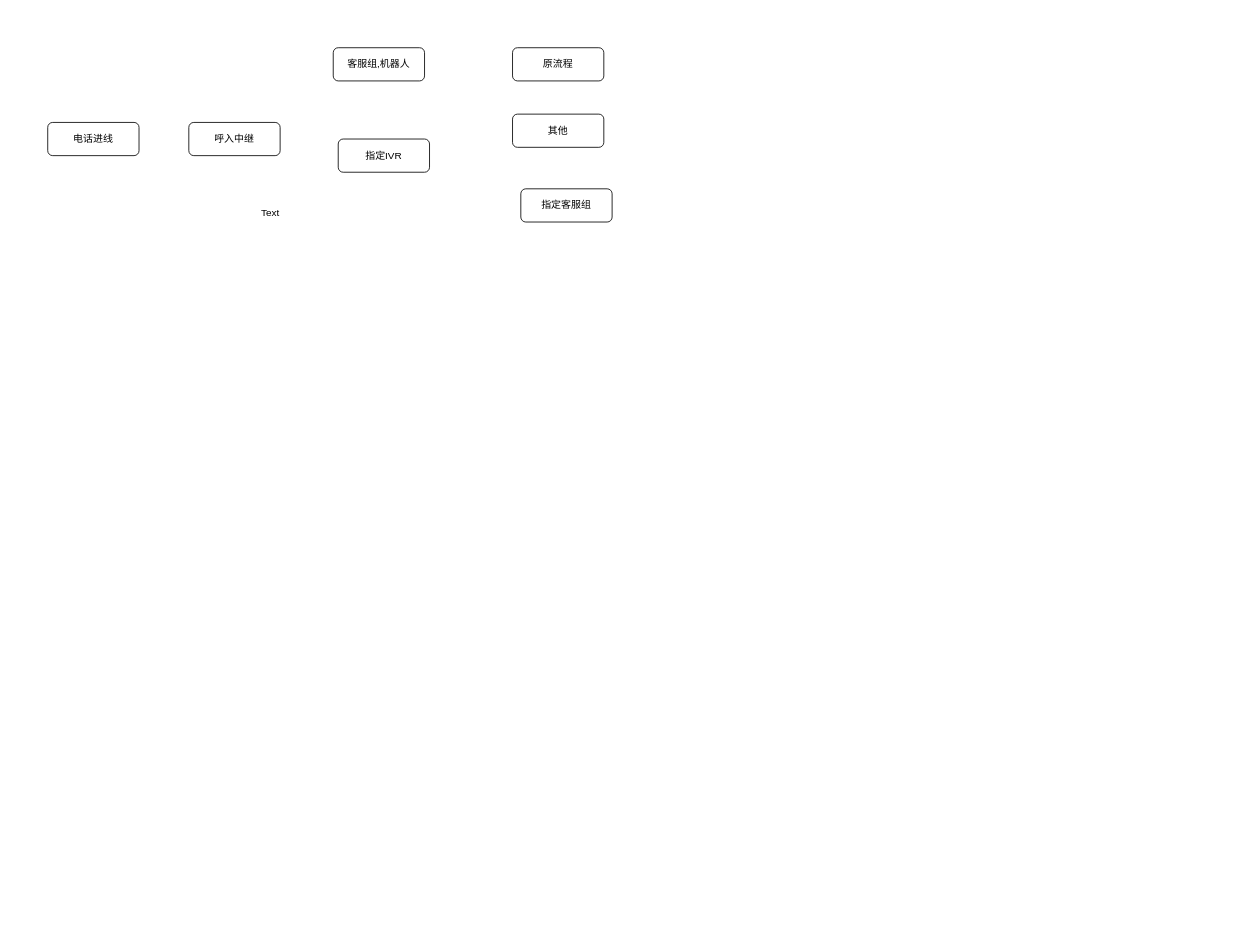
sw4655315/drawio keeps this draw.io diagram as 讯飞ai流程图5.10版本.drawio. Above is the earlier version. Source tidied: cells renumbered, new cells numbered last; positions are measured from the earlier drawing's top-left corner, leaving out a move shared by most shapes. Both pictures are drawn from the tidied source at 83%, with x=0, y=0 at pixel (47, 47).
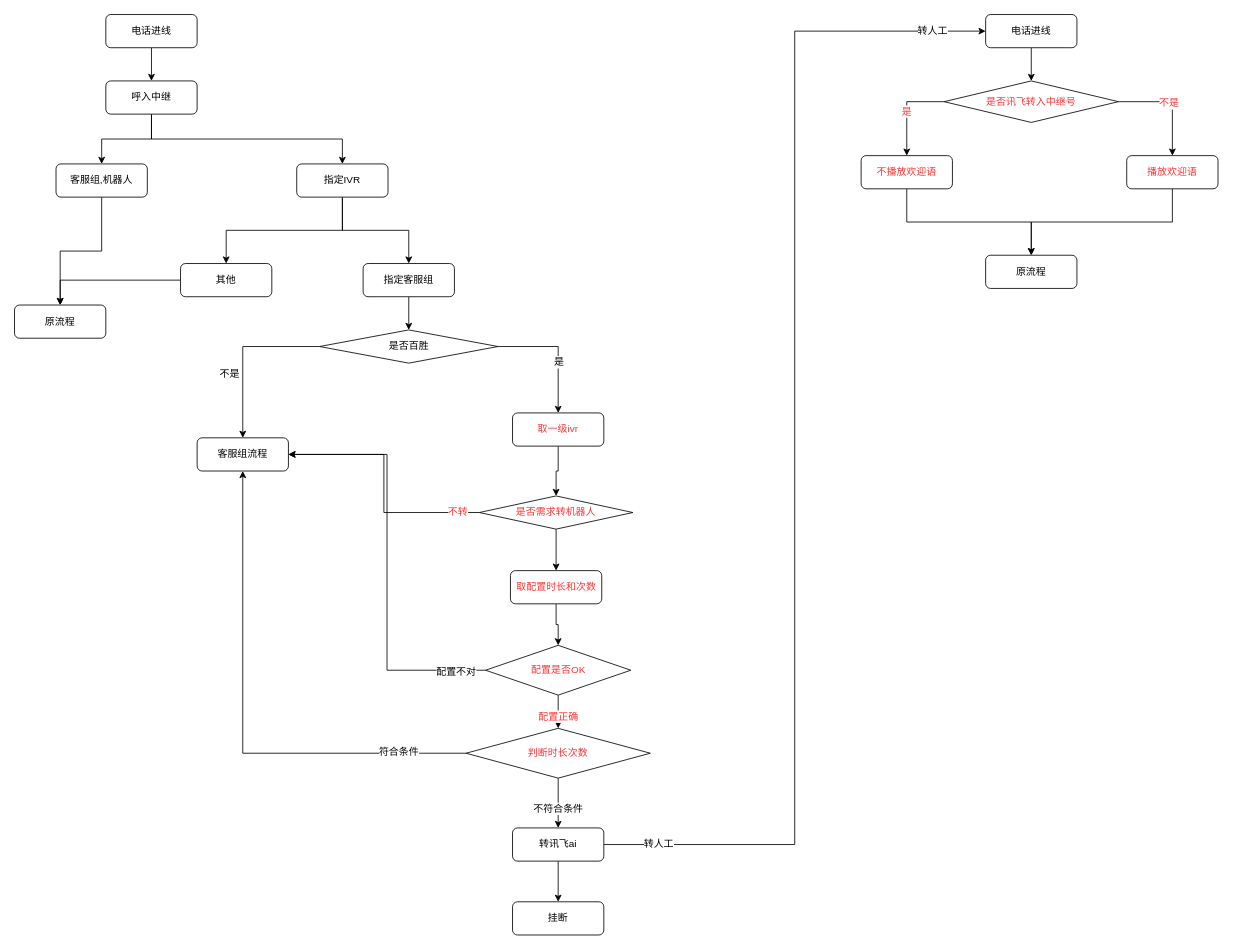
Above is the later version.

Commit message:
更新讯飞ai流程图5.10版本.drawio

Diff of the diagram source:
```diff
@@
+    <mxCell id="10" style="edgeStyle=orthogonalEdgeStyle;rounded=0;jettySize=auto;html=1;entryX=0.5;entryY=0;entryDx=0;entryDy=0;" parent="1" edge="1" source="2" target="3">
+      <mxGeometry relative="1" as="geometry" />
+    </mxCell>
     <mxCell id="2" value="电话进线" style="rounded=1;whiteSpace=wrap;html=1;" parent="1" vertex="1">
-      <mxGeometry y="90" width="110" height="40" as="geometry" />
+      <mxGeometry x="70" y="-40" width="110" height="40" as="geometry" />
     </mxCell>
+    <mxCell id="11" style="edgeStyle=orthogonalEdgeStyle;rounded=0;jettySize=auto;html=1;entryX=0.5;entryY=0;entryDx=0;entryDy=0;" parent="1" edge="1" source="3" target="4">
+      <mxGeometry relative="1" as="geometry" />
+    </mxCell>
+    <mxCell id="12" style="edgeStyle=orthogonalEdgeStyle;rounded=0;jettySize=auto;html=1;exitX=0.5;exitY=1;exitDx=0;exitDy=0;" parent="1" edge="1" source="3" target="5">
+      <mxGeometry relative="1" as="geometry" />
+    </mxCell>
     <mxCell id="3" value="呼入中继" style="rounded=1;whiteSpace=wrap;html=1;imageWidth=18;" parent="1" vertex="1">
-      <mxGeometry x="170" y="90" width="110" height="40" as="geometry" />
+      <mxGeometry x="70" y="40" width="110" height="40" as="geometry" />
     </mxCell>
+    <mxCell id="13" style="edgeStyle=orthogonalEdgeStyle;rounded=0;jettySize=auto;html=1;" parent="1" edge="1" source="4" target="6">
+      <mxGeometry relative="1" as="geometry" />
+    </mxCell>
     <mxCell id="4" value="客服组,机器人" style="rounded=1;whiteSpace=wrap;html=1;imageWidth=18;" parent="1" vertex="1">
-      <mxGeometry x="344" width="110" height="40" as="geometry" />
+      <mxGeometry x="10" y="140" width="110" height="40" as="geometry" />
     </mxCell>
+    <mxCell id="14" style="rounded=0;jettySize=auto;html=1;entryX=0.5;entryY=0;entryDx=0;entryDy=0;exitX=0.5;exitY=1;exitDx=0;exitDy=0;edgeStyle=orthogonalEdgeStyle;" parent="1" edge="1" source="5" target="8">
+      <mxGeometry relative="1" as="geometry" />
+    </mxCell>
+    <mxCell id="15" style="edgeStyle=orthogonalEdgeStyle;rounded=0;jettySize=auto;html=1;entryX=0.5;entryY=0;entryDx=0;entryDy=0;exitX=0.5;exitY=1;exitDx=0;exitDy=0;" parent="1" edge="1" source="5" target="7">
+      <mxGeometry relative="1" as="geometry" />
+    </mxCell>
     <mxCell id="5" value="指定IVR" style="rounded=1;whiteSpace=wrap;html=1;imageWidth=18;" parent="1" vertex="1">
-      <mxGeometry x="350" y="110" width="110" height="40" as="geometry" />
+      <mxGeometry x="300" y="140" width="110" height="40" as="geometry" />
     </mxCell>
     <mxCell id="6" value="原流程" style="rounded=1;whiteSpace=wrap;html=1;imageWidth=18;" parent="1" vertex="1">
-      <mxGeometry x="560" width="110" height="40" as="geometry" />
+      <mxGeometry x="-40" y="310" width="110" height="40" as="geometry" />
     </mxCell>
+    <mxCell id="16" style="edgeStyle=orthogonalEdgeStyle;rounded=0;jettySize=auto;html=1;" parent="1" edge="1" source="7" target="6">
+      <mxGeometry relative="1" as="geometry" />
+    </mxCell>
     <mxCell id="7" value="其他" style="rounded=1;whiteSpace=wrap;html=1;imageWidth=18;" parent="1" vertex="1">
-      <mxGeometry x="560" y="80" width="110" height="40" as="geometry" />
+      <mxGeometry x="160" y="260" width="110" height="40" as="geometry" />
     </mxCell>
+    <mxCell id="17" style="edgeStyle=orthogonalEdgeStyle;rounded=0;jettySize=auto;html=1;exitX=0.5;exitY=1;exitDx=0;exitDy=0;entryX=0.5;entryY=0;entryDx=0;entryDy=0;" parent="1" edge="1" source="8" target="24">
+      <mxGeometry relative="1" as="geometry" />
+    </mxCell>
     <mxCell id="8" value="指定客服组" style="rounded=1;whiteSpace=wrap;html=1;imageWidth=18;" parent="1" vertex="1">
-      <mxGeometry x="570" y="170" width="110" height="40" as="geometry" />
+      <mxGeometry x="380" y="260" width="110" height="40" as="geometry" />
     </mxCell>
-    <mxCell id="9" value="Text" style="text;html=1;align=center;verticalAlign=middle;" parent="1" vertex="1">
-      <mxGeometry x="248" y="189" width="40" height="20" as="geometry" />
-    </mxCell>
+    <mxCell id="18" style="edgeStyle=orthogonalEdgeStyle;rounded=0;jettySize=auto;html=1;entryX=0.5;entryY=0;entryDx=0;entryDy=0;fontColor=#FF3333;labelBorderColor=none;" parent="1" edge="1" source="19" target="29">
+      <mxGeometry relative="1" as="geometry" />
+    </mxCell>
+    <mxCell id="19" value="取一级ivr" style="rounded=1;whiteSpace=wrap;html=1;imageWidth=18;fontColor=#FF3333;labelBorderColor=none;" parent="1" vertex="1">
+      <mxGeometry x="560" y="440" width="110" height="40" as="geometry" />
+    </mxCell>
+    <mxCell id="20" style="edgeStyle=orthogonalEdgeStyle;rounded=0;jettySize=auto;html=1;entryX=0.5;entryY=0;entryDx=0;entryDy=0;" parent="1" edge="1" source="24" target="25">
+      <mxGeometry relative="1" as="geometry" />
+    </mxCell>
+    <mxCell id="21" value="不是" style="text;html=1;align=center;verticalAlign=middle;labelBackgroundColor=#ffffff;" parent="20" vertex="1">
+      <mxGeometry x="-0.09" y="16" relative="1" as="geometry">
+        <mxPoint x="-17" y="16" as="offset" />
+      </mxGeometry>
+    </mxCell>
+    <mxCell id="22" style="edgeStyle=orthogonalEdgeStyle;rounded=0;jettySize=auto;html=1;entryX=0.5;entryY=0;entryDx=0;entryDy=0;" parent="1" edge="1" source="24" target="19">
+      <mxGeometry relative="1" as="geometry" />
+    </mxCell>
+    <mxCell id="23" value="是" style="text;html=1;align=center;verticalAlign=middle;labelBackgroundColor=#ffffff;" parent="22" vertex="1">
+      <mxGeometry x="-0.06" y="-18" relative="1" as="geometry">
+        <mxPoint x="1" as="offset" />
+      </mxGeometry>
+    </mxCell>
+    <mxCell id="24" value="是否百胜" style="rhombus;whiteSpace=wrap;html=1;" parent="1" vertex="1">
+      <mxGeometry x="327.5" y="340" width="215" height="40" as="geometry" />
+    </mxCell>
+    <mxCell id="25" value="客服组流程" style="rounded=1;whiteSpace=wrap;html=1;imageWidth=18;" parent="1" vertex="1">
+      <mxGeometry x="180" y="470" width="110" height="40" as="geometry" />
+    </mxCell>
+    <mxCell id="26" style="edgeStyle=orthogonalEdgeStyle;rounded=0;jettySize=auto;html=1;entryX=1;entryY=0.5;entryDx=0;entryDy=0;" parent="1" edge="1" source="29" target="25">
+      <mxGeometry relative="1" as="geometry" />
+    </mxCell>
+    <mxCell id="27" value="不转" style="text;html=1;align=center;verticalAlign=middle;labelBackgroundColor=#ffffff;fontColor=#FF3333;labelBorderColor=none;" parent="26" vertex="1">
+      <mxGeometry x="-0.82" y="-1" relative="1" as="geometry" />
+    </mxCell>
+    <mxCell id="28" style="edgeStyle=orthogonalEdgeStyle;rounded=0;jettySize=auto;html=1;entryX=0.5;entryY=0;entryDx=0;entryDy=0;fontColor=#FF3333;labelBorderColor=none;" parent="1" edge="1" source="29" target="31">
+      <mxGeometry relative="1" as="geometry" />
+    </mxCell>
+    <mxCell id="29" value="是否需求转机器人" style="rhombus;whiteSpace=wrap;html=1;fontColor=#FF3333;labelBorderColor=none;" parent="1" vertex="1">
+      <mxGeometry x="520" y="540" width="185" height="40" as="geometry" />
+    </mxCell>
+    <mxCell id="30" style="edgeStyle=orthogonalEdgeStyle;rounded=0;jettySize=auto;html=1;fontColor=#FF3333;labelBorderColor=none;" parent="1" edge="1" source="31" target="36">
+      <mxGeometry relative="1" as="geometry" />
+    </mxCell>
+    <mxCell id="31" value="取配置时长和次数" style="rounded=1;whiteSpace=wrap;html=1;imageWidth=18;fontColor=#FF3333;labelBorderColor=none;" parent="1" vertex="1">
+      <mxGeometry x="557.5" y="630" width="110" height="40" as="geometry" />
+    </mxCell>
+    <mxCell id="32" style="edgeStyle=orthogonalEdgeStyle;rounded=0;jettySize=auto;html=1;entryX=1;entryY=0.5;entryDx=0;entryDy=0;" parent="1" edge="1" source="36" target="25">
+      <mxGeometry relative="1" as="geometry" />
+    </mxCell>
+    <mxCell id="33" value="配置不对" style="text;html=1;align=center;verticalAlign=middle;labelBackgroundColor=#ffffff;labelBorderColor=none;" parent="32" vertex="1">
+      <mxGeometry x="-0.85" y="1" relative="1" as="geometry">
+        <mxPoint x="1" as="offset" />
+      </mxGeometry>
+    </mxCell>
+    <mxCell id="34" style="edgeStyle=orthogonalEdgeStyle;rounded=0;jettySize=auto;html=1;fontColor=#FF3333;labelBorderColor=none;" parent="1" edge="1" source="36" target="41">
+      <mxGeometry relative="1" as="geometry" />
+    </mxCell>
+    <mxCell id="35" value="配置正确" style="text;html=1;align=center;verticalAlign=middle;labelBackgroundColor=#ffffff;fontColor=#FF3333;labelBorderColor=none;" parent="34" vertex="1">
+      <mxGeometry x="0.26" y="-1" relative="1" as="geometry" />
+    </mxCell>
+    <mxCell id="36" value="配置是否OK" style="rhombus;whiteSpace=wrap;html=1;fontColor=#FF3333;labelBorderColor=none;" parent="1" vertex="1">
+      <mxGeometry x="527.5" y="720" width="175" height="60" as="geometry" />
+    </mxCell>
+    <mxCell id="37" style="edgeStyle=orthogonalEdgeStyle;rounded=0;jettySize=auto;html=1;entryX=0.5;entryY=1;entryDx=0;entryDy=0;" parent="1" edge="1" source="41" target="25">
+      <mxGeometry relative="1" as="geometry" />
+    </mxCell>
+    <mxCell id="38" value="符合条件" style="text;html=1;align=center;verticalAlign=middle;labelBackgroundColor=#ffffff;" parent="37" vertex="1">
+      <mxGeometry x="-0.73" y="-2" relative="1" as="geometry" />
+    </mxCell>
+    <mxCell id="39" style="edgeStyle=orthogonalEdgeStyle;rounded=0;jettySize=auto;html=1;entryX=0.5;entryY=0;entryDx=0;entryDy=0;" parent="1" edge="1" source="41" target="46">
+      <mxGeometry relative="1" as="geometry" />
+    </mxCell>
+    <mxCell id="40" value="不符合条件" style="text;html=1;align=center;verticalAlign=middle;labelBackgroundColor=#ffffff;" parent="39" vertex="1">
+      <mxGeometry x="0.2" y="-1" relative="1" as="geometry" />
+    </mxCell>
+    <mxCell id="41" value="判断时长次数" style="rhombus;whiteSpace=wrap;html=1;fontColor=#FF3333;labelBorderColor=none;" parent="1" vertex="1">
+      <mxGeometry x="504" y="820" width="222" height="60" as="geometry" />
+    </mxCell>
+    <mxCell id="42" style="edgeStyle=orthogonalEdgeStyle;rounded=0;jettySize=auto;html=1;exitX=0.5;exitY=1;exitDx=0;exitDy=0;entryX=0.5;entryY=0;entryDx=0;entryDy=0;" parent="1" edge="1" source="46" target="54">
+      <mxGeometry relative="1" as="geometry" />
+    </mxCell>
+    <mxCell id="43" style="edgeStyle=orthogonalEdgeStyle;rounded=0;jettySize=auto;html=1;entryX=0;entryY=0.5;entryDx=0;entryDy=0;" parent="1" edge="1" source="46" target="48">
+      <mxGeometry relative="1" as="geometry" />
+    </mxCell>
+    <mxCell id="44" value="转人工" style="text;html=1;align=center;verticalAlign=middle;labelBackgroundColor=#ffffff;" parent="43" vertex="1">
+      <mxGeometry x="-0.91" y="1" relative="1" as="geometry" />
+    </mxCell>
+    <mxCell id="45" value="转人工" style="text;html=1;align=center;verticalAlign=middle;labelBackgroundColor=#ffffff;" parent="43" vertex="1">
+      <mxGeometry x="0.91" y="1" relative="1" as="geometry" />
+    </mxCell>
+    <mxCell id="46" value="转讯飞ai" style="rounded=1;whiteSpace=wrap;html=1;imageWidth=18;" parent="1" vertex="1">
+      <mxGeometry x="560" y="940" width="110" height="40" as="geometry" />
+    </mxCell>
+    <mxCell id="47" style="edgeStyle=orthogonalEdgeStyle;rounded=0;jettySize=auto;html=1;entryX=0.5;entryY=0;entryDx=0;entryDy=0;" parent="1" edge="1" source="48" target="53">
+      <mxGeometry relative="1" as="geometry" />
+    </mxCell>
+    <mxCell id="48" value="电话进线" style="rounded=1;whiteSpace=wrap;html=1;" parent="1" vertex="1">
+      <mxGeometry x="1130" y="-40" width="110" height="40" as="geometry" />
+    </mxCell>
+    <mxCell id="49" style="edgeStyle=orthogonalEdgeStyle;rounded=0;jettySize=auto;html=1;exitX=0;exitY=0.5;exitDx=0;exitDy=0;fontColor=#FF3333;" parent="1" edge="1" source="53" target="56">
+      <mxGeometry relative="1" as="geometry" />
+    </mxCell>
+    <mxCell id="50" value="是" style="text;html=1;align=center;verticalAlign=middle;labelBackgroundColor=#ffffff;fontColor=#FF3333;" parent="49" vertex="1">
+      <mxGeometry x="-0.18" y="11" relative="1" as="geometry">
+        <mxPoint x="-12" y="11" as="offset" />
+      </mxGeometry>
+    </mxCell>
+    <mxCell id="51" style="edgeStyle=orthogonalEdgeStyle;rounded=0;jettySize=auto;html=1;entryX=0.5;entryY=0;entryDx=0;entryDy=0;fontColor=#FF3333;" parent="1" edge="1" source="53" target="58">
+      <mxGeometry relative="1" as="geometry" />
+    </mxCell>
+    <mxCell id="52" value="不是" style="text;html=1;align=center;verticalAlign=middle;labelBackgroundColor=#ffffff;fontColor=#FF3333;" parent="51" vertex="1">
+      <mxGeometry x="-0.08" y="-1" relative="1" as="geometry" />
+    </mxCell>
+    <mxCell id="53" value="是否讯飞转入中继号" style="rhombus;whiteSpace=wrap;html=1;fontColor=#FF3333;" parent="1" vertex="1">
+      <mxGeometry x="1080" y="40" width="210" height="50" as="geometry" />
+    </mxCell>
+    <mxCell id="54" value="挂断" style="rounded=1;whiteSpace=wrap;html=1;imageWidth=18;" parent="1" vertex="1">
+      <mxGeometry x="560" y="1029" width="110" height="40" as="geometry" />
+    </mxCell>
+    <mxCell id="55" style="edgeStyle=orthogonalEdgeStyle;rounded=0;jettySize=auto;html=1;entryX=0.5;entryY=0;entryDx=0;entryDy=0;exitX=0.5;exitY=1;exitDx=0;exitDy=0;" parent="1" edge="1" source="56" target="59">
+      <mxGeometry relative="1" as="geometry" />
+    </mxCell>
+    <mxCell id="56" value="不播放欢迎语" style="rounded=1;whiteSpace=wrap;html=1;fontColor=#FF3333;" parent="1" vertex="1">
+      <mxGeometry x="980" y="130" width="110" height="40" as="geometry" />
+    </mxCell>
+    <mxCell id="57" style="edgeStyle=orthogonalEdgeStyle;rounded=0;jettySize=auto;html=1;exitX=0.5;exitY=1;exitDx=0;exitDy=0;" parent="1" edge="1" source="58" target="59">
+      <mxGeometry relative="1" as="geometry" />
+    </mxCell>
+    <mxCell id="58" value="播放欢迎语" style="rounded=1;whiteSpace=wrap;html=1;fontColor=#FF3333;" parent="1" vertex="1">
+      <mxGeometry x="1300" y="130" width="110" height="40" as="geometry" />
+    </mxCell>
+    <mxCell id="59" value="原流程" style="rounded=1;whiteSpace=wrap;html=1;" parent="1" vertex="1">
+      <mxGeometry x="1130" y="250" width="110" height="40" as="geometry" />
+    </mxCell>
```
